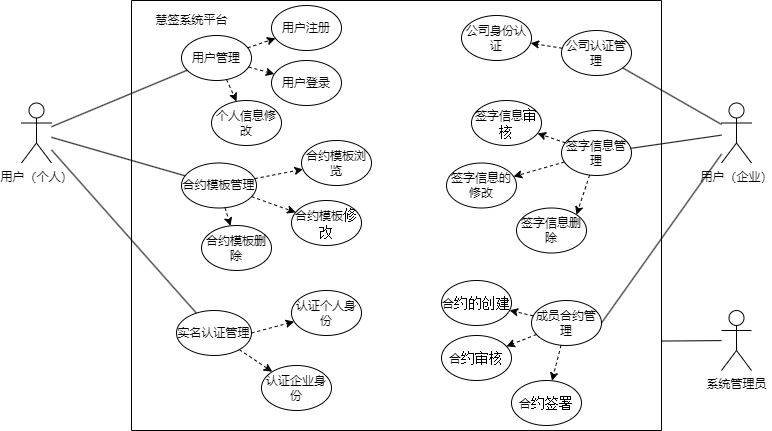
Above: 公司身份认证.drawio.png in youzhi-qiang/Huan-ke (draw.io), before the change. Source tidied: cells renumbered, new cells last; positions are measured from the earlier drawing's top-left corner, leaving out a move shared by most shapes. The source it was exported from:
```xml
<mxGraphModel>
  <root>
    <mxCell id="0" />
    <mxCell id="1" parent="0" />
    <mxCell id="2" value="用户（个人）" style="shape=umlActor;verticalLabelPosition=bottom;verticalAlign=top;html=1;outlineConnect=0;" parent="1" vertex="1">
      <mxGeometry y="102.5" width="30" height="60" as="geometry" />
    </mxCell>
    <mxCell id="3" style="swimlane;startSize=0;" parent="1" vertex="1">
      <mxGeometry x="110" width="530" height="430" as="geometry" />
    </mxCell>
    <mxCell id="4" value="合约模板管理" style="ellipse;whiteSpace=wrap;html=1;" parent="3" vertex="1">
      <mxGeometry x="50" y="162.5" width="75" height="45" as="geometry" />
    </mxCell>
    <mxCell id="5" value="实名认证管理" style="ellipse;whiteSpace=wrap;html=1;" parent="3" vertex="1">
      <mxGeometry x="45" y="310" width="75" height="45" as="geometry" />
    </mxCell>
    <mxCell id="6" value="签字信息管理" style="ellipse;whiteSpace=wrap;html=1;" parent="3" vertex="1">
      <mxGeometry x="430" y="130" width="70" height="45" as="geometry" />
    </mxCell>
    <mxCell id="7" value="成员合约管理" style="ellipse;whiteSpace=wrap;html=1;" parent="3" vertex="1">
      <mxGeometry x="400" y="300" width="70" height="45" as="geometry" />
    </mxCell>
    <mxCell id="8" value="公司认证管理" style="ellipse;whiteSpace=wrap;html=1;" parent="3" vertex="1">
      <mxGeometry x="430" y="30" width="70" height="45" as="geometry" />
    </mxCell>
    <mxCell id="9" value="用户管理" style="ellipse;whiteSpace=wrap;html=1;" parent="3" vertex="1">
      <mxGeometry x="50" y="35" width="70" height="45" as="geometry" />
    </mxCell>
    <mxCell id="10" value="慧签系统平台" style="text;html=1;align=center;verticalAlign=middle;strokeColor=none;fillColor=none;" parent="3" vertex="1">
      <mxGeometry x="10" y="5" width="100" height="30" as="geometry" />
    </mxCell>
    <mxCell id="11" value="认证企业身份" style="ellipse;whiteSpace=wrap;html=1;" parent="3" vertex="1">
      <mxGeometry x="130" y="365" width="70" height="45" as="geometry" />
    </mxCell>
    <mxCell id="12" value="&lt;p class=&quot;MsoNormal&quot;&gt;认证个人身份&lt;/p&gt;" style="ellipse;whiteSpace=wrap;html=1;" parent="3" vertex="1">
      <mxGeometry x="160" y="290" width="70" height="45" as="geometry" />
    </mxCell>
    <mxCell id="13" value="用户注册" style="ellipse;whiteSpace=wrap;html=1;" parent="3" vertex="1">
      <mxGeometry x="140" y="5" width="70" height="45" as="geometry" />
    </mxCell>
    <mxCell id="14" value="&lt;p class=&quot;MsoNormal&quot;&gt;用户登录&lt;/p&gt;" style="ellipse;whiteSpace=wrap;html=1;" parent="3" vertex="1">
      <mxGeometry x="140" y="60" width="70" height="45" as="geometry" />
    </mxCell>
    <mxCell id="15" value="&lt;p class=&quot;MsoNormal&quot;&gt;个人信息修改&lt;/p&gt;" style="ellipse;whiteSpace=wrap;html=1;" parent="3" vertex="1">
      <mxGeometry x="80" y="100" width="70" height="45" as="geometry" />
    </mxCell>
    <mxCell id="16" value="&lt;p class=&quot;MsoNormal&quot;&gt;合约模板浏览&lt;/p&gt;" style="ellipse;whiteSpace=wrap;html=1;" parent="3" vertex="1">
      <mxGeometry x="170" y="140" width="70" height="45" as="geometry" />
    </mxCell>
    <mxCell id="17" value="&lt;p class=&quot;MsoNormal&quot;&gt;合约模板&lt;span style=&quot;mso-spacerun:'yes';font-family:宋体;font-size:10.5000pt;&lt;br/&gt;mso-font-kerning:0.5000pt;&quot;&gt;修改&lt;/span&gt;&lt;/p&gt;" style="ellipse;whiteSpace=wrap;html=1;" parent="3" vertex="1">
      <mxGeometry x="160" y="200" width="70" height="45" as="geometry" />
    </mxCell>
    <mxCell id="18" value="&lt;p class=&quot;MsoNormal&quot;&gt;合约模板删除&lt;/p&gt;" style="ellipse;whiteSpace=wrap;html=1;" parent="3" vertex="1">
      <mxGeometry x="70" y="225" width="70" height="45" as="geometry" />
    </mxCell>
    <mxCell id="19" value="&lt;p class=&quot;MsoNormal&quot;&gt;签字信息&lt;span style=&quot;mso-spacerun:'yes';font-family:宋体;font-size:10.5000pt;&lt;br/&gt;mso-font-kerning:0.5000pt;&quot;&gt;审核&lt;/span&gt;&lt;/p&gt;" style="ellipse;whiteSpace=wrap;html=1;" parent="3" vertex="1">
      <mxGeometry x="340" y="100" width="70" height="45" as="geometry" />
    </mxCell>
    <mxCell id="20" value="&lt;p class=&quot;MsoNormal&quot;&gt;签字信息的修改&lt;/p&gt;" style="ellipse;whiteSpace=wrap;html=1;" parent="3" vertex="1">
      <mxGeometry x="315" y="162.5" width="70" height="45" as="geometry" />
    </mxCell>
    <mxCell id="21" value="&lt;p class=&quot;MsoNormal&quot;&gt;签字信息删除&lt;/p&gt;" style="ellipse;whiteSpace=wrap;html=1;" parent="3" vertex="1">
      <mxGeometry x="385" y="207.5" width="70" height="45" as="geometry" />
    </mxCell>
    <mxCell id="22" value="&lt;p class=&quot;MsoNormal&quot;&gt;公司身份认证&lt;/p&gt;" style="ellipse;whiteSpace=wrap;html=1;" parent="3" vertex="1">
      <mxGeometry x="330" y="15" width="70" height="45" as="geometry" />
    </mxCell>
    <mxCell id="23" value="&lt;p class=&quot;MsoNormal&quot;&gt;合&lt;span style=&quot;mso-spacerun:'yes';font-family:宋体;font-size:10.5000pt;&lt;br/&gt;mso-font-kerning:0.5000pt;&quot;&gt;约&lt;/span&gt;&lt;span style=&quot;mso-spacerun:'yes';font-family:宋体;font-size:10.5000pt;&lt;br/&gt;mso-font-kerning:0.5000pt;&quot;&gt;的创建&lt;/span&gt;&lt;/p&gt;" style="ellipse;whiteSpace=wrap;html=1;" parent="3" vertex="1">
      <mxGeometry x="310" y="280" width="70" height="45" as="geometry" />
    </mxCell>
    <mxCell id="24" value="&lt;p class=&quot;MsoNormal&quot;&gt;合&lt;span style=&quot;mso-spacerun:'yes';font-family:宋体;font-size:10.5000pt;&lt;br/&gt;mso-font-kerning:0.5000pt;&quot;&gt;约&lt;/span&gt;&lt;span style=&quot;mso-spacerun:'yes';font-family:宋体;font-size:10.5000pt;&lt;br/&gt;mso-font-kerning:0.5000pt;&quot;&gt;审核&lt;/span&gt;&lt;/p&gt;" style="ellipse;whiteSpace=wrap;html=1;" parent="3" vertex="1">
      <mxGeometry x="310" y="335" width="70" height="45" as="geometry" />
    </mxCell>
    <mxCell id="25" value="&lt;p class=&quot;MsoNormal&quot;&gt;合&lt;span style=&quot;mso-spacerun:'yes';font-family:宋体;font-size:10.5000pt;&lt;br/&gt;mso-font-kerning:0.5000pt;&quot;&gt;约&lt;/span&gt;&lt;span style=&quot;mso-spacerun:'yes';font-family:宋体;font-size:10.5000pt;&lt;br/&gt;mso-font-kerning:0.5000pt;&quot;&gt;签署&lt;/span&gt;&lt;/p&gt;" style="ellipse;whiteSpace=wrap;html=1;" parent="3" vertex="1">
      <mxGeometry x="380" y="380" width="70" height="45" as="geometry" />
    </mxCell>
    <mxCell id="26" style="endArrow=classic;html=1;rounded=0;dashed=1;" parent="3" edge="1" source="9" target="13">
      <mxGeometry relative="1" as="geometry" />
    </mxCell>
    <mxCell id="27" style="endArrow=classic;html=1;rounded=0;dashed=1;" parent="3" edge="1" source="9" target="14">
      <mxGeometry relative="1" as="geometry" />
    </mxCell>
    <mxCell id="28" style="endArrow=classic;html=1;rounded=0;dashed=1;" parent="3" edge="1" source="9" target="15">
      <mxGeometry relative="1" as="geometry" />
    </mxCell>
    <mxCell id="29" style="endArrow=classic;html=1;rounded=0;dashed=1;" parent="3" edge="1" source="4" target="16">
      <mxGeometry relative="1" as="geometry" />
    </mxCell>
    <mxCell id="30" style="endArrow=classic;html=1;rounded=0;dashed=1;" parent="3" edge="1" source="4" target="17">
      <mxGeometry relative="1" as="geometry" />
    </mxCell>
    <mxCell id="31" style="endArrow=classic;html=1;rounded=0;dashed=1;" parent="3" edge="1" source="4" target="18">
      <mxGeometry relative="1" as="geometry" />
    </mxCell>
    <mxCell id="32" style="endArrow=classic;html=1;rounded=0;dashed=1;exitX=1;exitY=0.5;exitDx=0;exitDy=0;" parent="3" edge="1" source="5" target="12">
      <mxGeometry relative="1" as="geometry" />
    </mxCell>
    <mxCell id="33" style="endArrow=classic;html=1;rounded=0;dashed=1;" parent="3" edge="1" source="5" target="11">
      <mxGeometry relative="1" as="geometry" />
    </mxCell>
    <mxCell id="34" style="endArrow=classic;html=1;rounded=0;dashed=1;" parent="3" edge="1" source="8" target="22">
      <mxGeometry relative="1" as="geometry" />
    </mxCell>
    <mxCell id="35" style="endArrow=classic;html=1;rounded=0;dashed=1;" parent="3" edge="1" source="6" target="19">
      <mxGeometry relative="1" as="geometry" />
    </mxCell>
    <mxCell id="36" style="endArrow=classic;html=1;rounded=0;dashed=1;" parent="3" edge="1" source="6" target="20">
      <mxGeometry relative="1" as="geometry" />
    </mxCell>
    <mxCell id="37" style="endArrow=classic;html=1;rounded=0;dashed=1;entryX=1;entryY=0;entryDx=0;entryDy=0;" parent="3" edge="1" source="6" target="21">
      <mxGeometry relative="1" as="geometry" />
    </mxCell>
    <mxCell id="38" style="endArrow=classic;html=1;rounded=0;dashed=1;" parent="3" edge="1" source="7" target="23">
      <mxGeometry relative="1" as="geometry" />
    </mxCell>
    <mxCell id="39" style="endArrow=classic;html=1;rounded=0;dashed=1;" parent="3" edge="1" source="7" target="24">
      <mxGeometry relative="1" as="geometry" />
    </mxCell>
    <mxCell id="40" style="endArrow=classic;html=1;rounded=0;dashed=1;" parent="3" edge="1" source="7" target="25">
      <mxGeometry relative="1" as="geometry" />
    </mxCell>
    <mxCell id="41" value="用户（企业）" style="shape=umlActor;verticalLabelPosition=bottom;verticalAlign=top;html=1;outlineConnect=0;" parent="1" vertex="1">
      <mxGeometry x="700" y="102.5" width="30" height="60" as="geometry" />
    </mxCell>
    <mxCell id="42" style="endArrow=none;html=1;rounded=0;" parent="1" edge="1" source="2" target="9">
      <mxGeometry relative="1" as="geometry" />
    </mxCell>
    <mxCell id="43" style="endArrow=none;html=1;rounded=0;" parent="1" edge="1" source="6" target="41">
      <mxGeometry relative="1" as="geometry" />
    </mxCell>
    <mxCell id="44" style="endArrow=none;html=1;rounded=0;" parent="1" edge="1" source="2" target="5">
      <mxGeometry relative="1" as="geometry" />
    </mxCell>
    <mxCell id="45" style="endArrow=none;html=1;rounded=0;" parent="1" edge="1" source="8" target="41">
      <mxGeometry relative="1" as="geometry" />
    </mxCell>
    <mxCell id="46" style="endArrow=none;html=1;rounded=0;exitX=1;exitY=0.5;exitDx=0;exitDy=0;" parent="1" edge="1" source="7" target="41">
      <mxGeometry relative="1" as="geometry" />
    </mxCell>
    <mxCell id="47" style="endArrow=none;html=1;rounded=0;" parent="1" edge="1" source="2" target="4">
      <mxGeometry relative="1" as="geometry" />
    </mxCell>
    <mxCell id="48" value="系统管理员" style="shape=umlActor;verticalLabelPosition=bottom;verticalAlign=top;html=1;outlineConnect=0;" parent="1" vertex="1">
      <mxGeometry x="700" y="310" width="30" height="60" as="geometry" />
    </mxCell>
    <mxCell id="49" style="endArrow=none;html=1;rounded=0;exitX=0.999;exitY=0.792;exitDx=0;exitDy=0;exitPerimeter=0;" parent="1" edge="1" source="3" target="48">
      <mxGeometry relative="1" as="geometry" />
    </mxCell>
  </root>
</mxGraphModel>
```
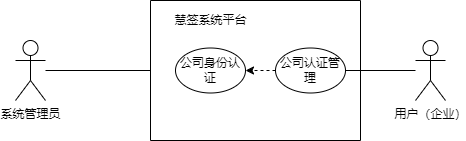
After the change.

Commit message:
更新公司身份认证.drawio.png

The edit, as a diff of the source:
```diff
@@ -2,148 +2,31 @@
   <root>
     <mxCell id="0" />
     <mxCell id="1" parent="0" />
-    <mxCell id="2" value="用户（个人）" style="shape=umlActor;verticalLabelPosition=bottom;verticalAlign=top;html=1;outlineConnect=0;" parent="1" vertex="1">
-      <mxGeometry y="102.5" width="30" height="60" as="geometry" />
-    </mxCell>
     <mxCell id="3" style="swimlane;startSize=0;" parent="1" vertex="1">
-      <mxGeometry x="110" width="530" height="430" as="geometry" />
+      <mxGeometry x="145" y="50" width="210" height="140" as="geometry" />
     </mxCell>
-    <mxCell id="4" value="合约模板管理" style="ellipse;whiteSpace=wrap;html=1;" parent="3" vertex="1">
-      <mxGeometry x="50" y="162.5" width="75" height="45" as="geometry" />
-    </mxCell>
-    <mxCell id="5" value="实名认证管理" style="ellipse;whiteSpace=wrap;html=1;" parent="3" vertex="1">
-      <mxGeometry x="45" y="310" width="75" height="45" as="geometry" />
-    </mxCell>
-    <mxCell id="6" value="签字信息管理" style="ellipse;whiteSpace=wrap;html=1;" parent="3" vertex="1">
-      <mxGeometry x="430" y="130" width="70" height="45" as="geometry" />
-    </mxCell>
-    <mxCell id="7" value="成员合约管理" style="ellipse;whiteSpace=wrap;html=1;" parent="3" vertex="1">
-      <mxGeometry x="400" y="300" width="70" height="45" as="geometry" />
-    </mxCell>
     <mxCell id="8" value="公司认证管理" style="ellipse;whiteSpace=wrap;html=1;" parent="3" vertex="1">
-      <mxGeometry x="430" y="30" width="70" height="45" as="geometry" />
+      <mxGeometry x="125" y="47.5" width="70" height="45" as="geometry" />
     </mxCell>
-    <mxCell id="9" value="用户管理" style="ellipse;whiteSpace=wrap;html=1;" parent="3" vertex="1">
-      <mxGeometry x="50" y="35" width="70" height="45" as="geometry" />
-    </mxCell>
     <mxCell id="10" value="慧签系统平台" style="text;html=1;align=center;verticalAlign=middle;strokeColor=none;fillColor=none;" parent="3" vertex="1">
       <mxGeometry x="10" y="5" width="100" height="30" as="geometry" />
     </mxCell>
-    <mxCell id="11" value="认证企业身份" style="ellipse;whiteSpace=wrap;html=1;" parent="3" vertex="1">
-      <mxGeometry x="130" y="365" width="70" height="45" as="geometry" />
-    </mxCell>
-    <mxCell id="12" value="&lt;p class=&quot;MsoNormal&quot;&gt;认证个人身份&lt;/p&gt;" style="ellipse;whiteSpace=wrap;html=1;" parent="3" vertex="1">
-      <mxGeometry x="160" y="290" width="70" height="45" as="geometry" />
-    </mxCell>
-    <mxCell id="13" value="用户注册" style="ellipse;whiteSpace=wrap;html=1;" parent="3" vertex="1">
-      <mxGeometry x="140" y="5" width="70" height="45" as="geometry" />
-    </mxCell>
-    <mxCell id="14" value="&lt;p class=&quot;MsoNormal&quot;&gt;用户登录&lt;/p&gt;" style="ellipse;whiteSpace=wrap;html=1;" parent="3" vertex="1">
-      <mxGeometry x="140" y="60" width="70" height="45" as="geometry" />
-    </mxCell>
-    <mxCell id="15" value="&lt;p class=&quot;MsoNormal&quot;&gt;个人信息修改&lt;/p&gt;" style="ellipse;whiteSpace=wrap;html=1;" parent="3" vertex="1">
-      <mxGeometry x="80" y="100" width="70" height="45" as="geometry" />
-    </mxCell>
-    <mxCell id="16" value="&lt;p class=&quot;MsoNormal&quot;&gt;合约模板浏览&lt;/p&gt;" style="ellipse;whiteSpace=wrap;html=1;" parent="3" vertex="1">
-      <mxGeometry x="170" y="140" width="70" height="45" as="geometry" />
-    </mxCell>
-    <mxCell id="17" value="&lt;p class=&quot;MsoNormal&quot;&gt;合约模板&lt;span style=&quot;mso-spacerun:'yes';font-family:宋体;font-size:10.5000pt;&lt;br/&gt;mso-font-kerning:0.5000pt;&quot;&gt;修改&lt;/span&gt;&lt;/p&gt;" style="ellipse;whiteSpace=wrap;html=1;" parent="3" vertex="1">
-      <mxGeometry x="160" y="200" width="70" height="45" as="geometry" />
-    </mxCell>
-    <mxCell id="18" value="&lt;p class=&quot;MsoNormal&quot;&gt;合约模板删除&lt;/p&gt;" style="ellipse;whiteSpace=wrap;html=1;" parent="3" vertex="1">
-      <mxGeometry x="70" y="225" width="70" height="45" as="geometry" />
-    </mxCell>
-    <mxCell id="19" value="&lt;p class=&quot;MsoNormal&quot;&gt;签字信息&lt;span style=&quot;mso-spacerun:'yes';font-family:宋体;font-size:10.5000pt;&lt;br/&gt;mso-font-kerning:0.5000pt;&quot;&gt;审核&lt;/span&gt;&lt;/p&gt;" style="ellipse;whiteSpace=wrap;html=1;" parent="3" vertex="1">
-      <mxGeometry x="340" y="100" width="70" height="45" as="geometry" />
-    </mxCell>
-    <mxCell id="20" value="&lt;p class=&quot;MsoNormal&quot;&gt;签字信息的修改&lt;/p&gt;" style="ellipse;whiteSpace=wrap;html=1;" parent="3" vertex="1">
-      <mxGeometry x="315" y="162.5" width="70" height="45" as="geometry" />
-    </mxCell>
-    <mxCell id="21" value="&lt;p class=&quot;MsoNormal&quot;&gt;签字信息删除&lt;/p&gt;" style="ellipse;whiteSpace=wrap;html=1;" parent="3" vertex="1">
-      <mxGeometry x="385" y="207.5" width="70" height="45" as="geometry" />
-    </mxCell>
     <mxCell id="22" value="&lt;p class=&quot;MsoNormal&quot;&gt;公司身份认证&lt;/p&gt;" style="ellipse;whiteSpace=wrap;html=1;" parent="3" vertex="1">
-      <mxGeometry x="330" y="15" width="70" height="45" as="geometry" />
+      <mxGeometry x="25" y="47.5" width="70" height="45" as="geometry" />
     </mxCell>
-    <mxCell id="23" value="&lt;p class=&quot;MsoNormal&quot;&gt;合&lt;span style=&quot;mso-spacerun:'yes';font-family:宋体;font-size:10.5000pt;&lt;br/&gt;mso-font-kerning:0.5000pt;&quot;&gt;约&lt;/span&gt;&lt;span style=&quot;mso-spacerun:'yes';font-family:宋体;font-size:10.5000pt;&lt;br/&gt;mso-font-kerning:0.5000pt;&quot;&gt;的创建&lt;/span&gt;&lt;/p&gt;" style="ellipse;whiteSpace=wrap;html=1;" parent="3" vertex="1">
-      <mxGeometry x="310" y="280" width="70" height="45" as="geometry" />
-    </mxCell>
-    <mxCell id="24" value="&lt;p class=&quot;MsoNormal&quot;&gt;合&lt;span style=&quot;mso-spacerun:'yes';font-family:宋体;font-size:10.5000pt;&lt;br/&gt;mso-font-kerning:0.5000pt;&quot;&gt;约&lt;/span&gt;&lt;span style=&quot;mso-spacerun:'yes';font-family:宋体;font-size:10.5000pt;&lt;br/&gt;mso-font-kerning:0.5000pt;&quot;&gt;审核&lt;/span&gt;&lt;/p&gt;" style="ellipse;whiteSpace=wrap;html=1;" parent="3" vertex="1">
-      <mxGeometry x="310" y="335" width="70" height="45" as="geometry" />
-    </mxCell>
-    <mxCell id="25" value="&lt;p class=&quot;MsoNormal&quot;&gt;合&lt;span style=&quot;mso-spacerun:'yes';font-family:宋体;font-size:10.5000pt;&lt;br/&gt;mso-font-kerning:0.5000pt;&quot;&gt;约&lt;/span&gt;&lt;span style=&quot;mso-spacerun:'yes';font-family:宋体;font-size:10.5000pt;&lt;br/&gt;mso-font-kerning:0.5000pt;&quot;&gt;签署&lt;/span&gt;&lt;/p&gt;" style="ellipse;whiteSpace=wrap;html=1;" parent="3" vertex="1">
-      <mxGeometry x="380" y="380" width="70" height="45" as="geometry" />
-    </mxCell>
-    <mxCell id="26" style="endArrow=classic;html=1;rounded=0;dashed=1;" parent="3" edge="1" source="9" target="13">
-      <mxGeometry relative="1" as="geometry" />
-    </mxCell>
-    <mxCell id="27" style="endArrow=classic;html=1;rounded=0;dashed=1;" parent="3" edge="1" source="9" target="14">
-      <mxGeometry relative="1" as="geometry" />
-    </mxCell>
-    <mxCell id="28" style="endArrow=classic;html=1;rounded=0;dashed=1;" parent="3" edge="1" source="9" target="15">
-      <mxGeometry relative="1" as="geometry" />
-    </mxCell>
-    <mxCell id="29" style="endArrow=classic;html=1;rounded=0;dashed=1;" parent="3" edge="1" source="4" target="16">
-      <mxGeometry relative="1" as="geometry" />
-    </mxCell>
-    <mxCell id="30" style="endArrow=classic;html=1;rounded=0;dashed=1;" parent="3" edge="1" source="4" target="17">
-      <mxGeometry relative="1" as="geometry" />
-    </mxCell>
-    <mxCell id="31" style="endArrow=classic;html=1;rounded=0;dashed=1;" parent="3" edge="1" source="4" target="18">
-      <mxGeometry relative="1" as="geometry" />
-    </mxCell>
-    <mxCell id="32" style="endArrow=classic;html=1;rounded=0;dashed=1;exitX=1;exitY=0.5;exitDx=0;exitDy=0;" parent="3" edge="1" source="5" target="12">
-      <mxGeometry relative="1" as="geometry" />
-    </mxCell>
-    <mxCell id="33" style="endArrow=classic;html=1;rounded=0;dashed=1;" parent="3" edge="1" source="5" target="11">
-      <mxGeometry relative="1" as="geometry" />
-    </mxCell>
     <mxCell id="34" style="endArrow=classic;html=1;rounded=0;dashed=1;" parent="3" edge="1" source="8" target="22">
       <mxGeometry relative="1" as="geometry" />
     </mxCell>
-    <mxCell id="35" style="endArrow=classic;html=1;rounded=0;dashed=1;" parent="3" edge="1" source="6" target="19">
-      <mxGeometry relative="1" as="geometry" />
-    </mxCell>
-    <mxCell id="36" style="endArrow=classic;html=1;rounded=0;dashed=1;" parent="3" edge="1" source="6" target="20">
-      <mxGeometry relative="1" as="geometry" />
-    </mxCell>
-    <mxCell id="37" style="endArrow=classic;html=1;rounded=0;dashed=1;entryX=1;entryY=0;entryDx=0;entryDy=0;" parent="3" edge="1" source="6" target="21">
-      <mxGeometry relative="1" as="geometry" />
-    </mxCell>
-    <mxCell id="38" style="endArrow=classic;html=1;rounded=0;dashed=1;" parent="3" edge="1" source="7" target="23">
-      <mxGeometry relative="1" as="geometry" />
-    </mxCell>
-    <mxCell id="39" style="endArrow=classic;html=1;rounded=0;dashed=1;" parent="3" edge="1" source="7" target="24">
-      <mxGeometry relative="1" as="geometry" />
-    </mxCell>
-    <mxCell id="40" style="endArrow=classic;html=1;rounded=0;dashed=1;" parent="3" edge="1" source="7" target="25">
-      <mxGeometry relative="1" as="geometry" />
-    </mxCell>
     <mxCell id="41" value="用户（企业）" style="shape=umlActor;verticalLabelPosition=bottom;verticalAlign=top;html=1;outlineConnect=0;" parent="1" vertex="1">
-      <mxGeometry x="700" y="102.5" width="30" height="60" as="geometry" />
+      <mxGeometry x="410" y="90" width="30" height="60" as="geometry" />
     </mxCell>
-    <mxCell id="42" style="endArrow=none;html=1;rounded=0;" parent="1" edge="1" source="2" target="9">
-      <mxGeometry relative="1" as="geometry" />
-    </mxCell>
-    <mxCell id="43" style="endArrow=none;html=1;rounded=0;" parent="1" edge="1" source="6" target="41">
-      <mxGeometry relative="1" as="geometry" />
-    </mxCell>
-    <mxCell id="44" style="endArrow=none;html=1;rounded=0;" parent="1" edge="1" source="2" target="5">
-      <mxGeometry relative="1" as="geometry" />
-    </mxCell>
     <mxCell id="45" style="endArrow=none;html=1;rounded=0;" parent="1" edge="1" source="8" target="41">
       <mxGeometry relative="1" as="geometry" />
     </mxCell>
-    <mxCell id="46" style="endArrow=none;html=1;rounded=0;exitX=1;exitY=0.5;exitDx=0;exitDy=0;" parent="1" edge="1" source="7" target="41">
-      <mxGeometry relative="1" as="geometry" />
-    </mxCell>
-    <mxCell id="47" style="endArrow=none;html=1;rounded=0;" parent="1" edge="1" source="2" target="4">
-      <mxGeometry relative="1" as="geometry" />
-    </mxCell>
     <mxCell id="48" value="系统管理员" style="shape=umlActor;verticalLabelPosition=bottom;verticalAlign=top;html=1;outlineConnect=0;" parent="1" vertex="1">
-      <mxGeometry x="700" y="310" width="30" height="60" as="geometry" />
+      <mxGeometry x="10" y="90" width="30" height="60" as="geometry" />
     </mxCell>
-    <mxCell id="49" style="endArrow=none;html=1;rounded=0;exitX=0.999;exitY=0.792;exitDx=0;exitDy=0;exitPerimeter=0;" parent="1" edge="1" source="3" target="48">
+    <mxCell id="49" style="endArrow=none;html=1;rounded=0;exitX=0;exitY=0.5;exitDx=0;exitDy=0;" parent="1" edge="1" source="3" target="48">
       <mxGeometry relative="1" as="geometry" />
     </mxCell>
   </root>
```
